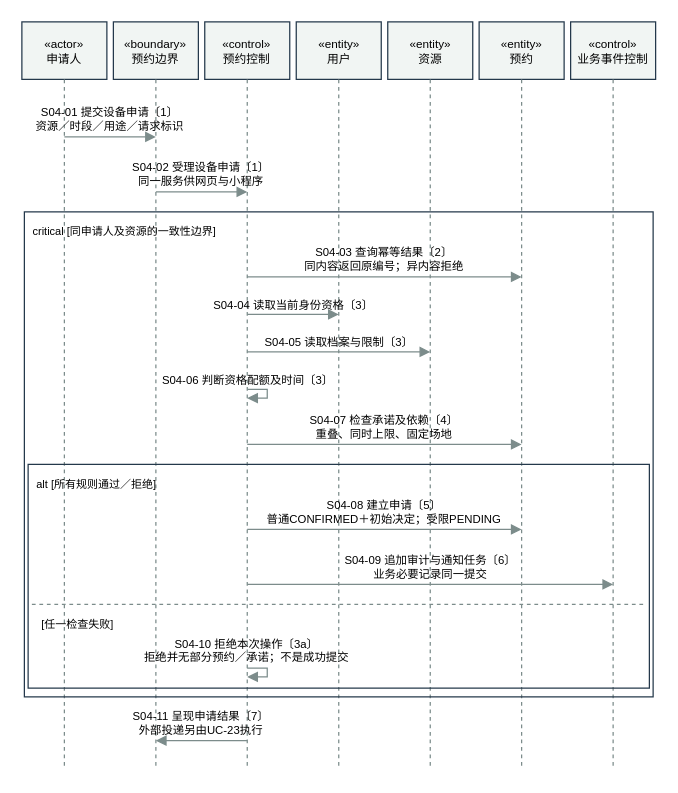
This is models/图形源文件/图5-4-设备申请内部协作序列图.drawio from yvming67-gif/campus-lab-equipment-manager, a draw.io file, before an edit. Source tidied: cells renumbered, new cells numbered last; positions are measured from the earlier drawing's top-left corner, leaving out a move shared by most shapes. Both pictures are drawn from the tidied source at 125%, with x=0, y=0 at pixel (21, 21).
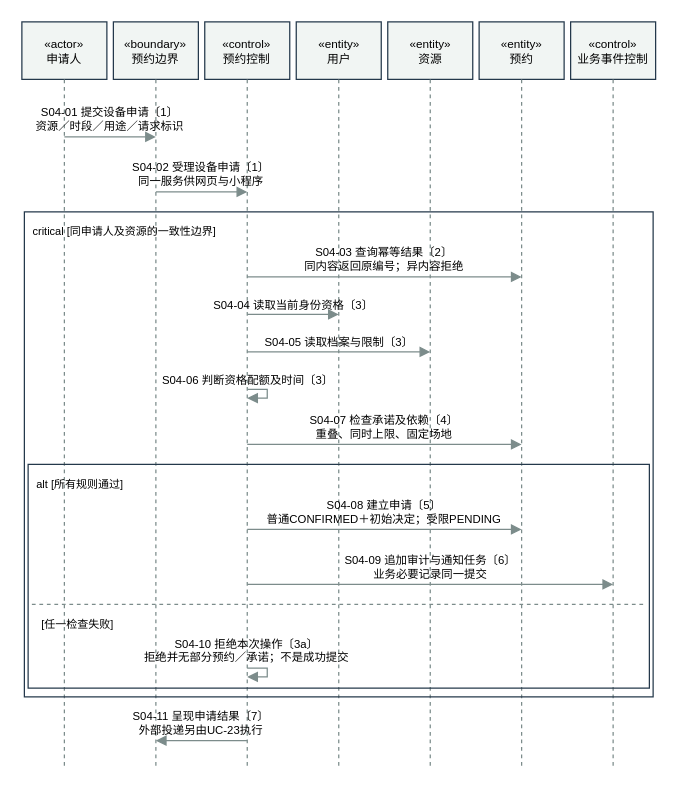
The same page after the edit.

What changed in the source:
```diff
@@
-    <mxCell id="17" value="alt [所有规则通过／拒绝]" style="text;whiteSpace=wrap;html=1;strokeColor=none;fillColor=none;fontFamily=Microsoft YaHei;fontSize=8.8;align=left;" parent="1" vertex="1">
-      <mxGeometry x="10" y="358.1" width="103" height="11.8" as="geometry" />
+    <mxCell id="17" value="alt [所有规则通过]" style="text;whiteSpace=wrap;html=1;strokeColor=none;fillColor=none;fontFamily=Microsoft YaHei;fontSize=8.8;align=left;" parent="1" vertex="1">
+      <mxGeometry x="10" y="358.1" width="77" height="11.8" as="geometry" />
     </mxCell>
```
